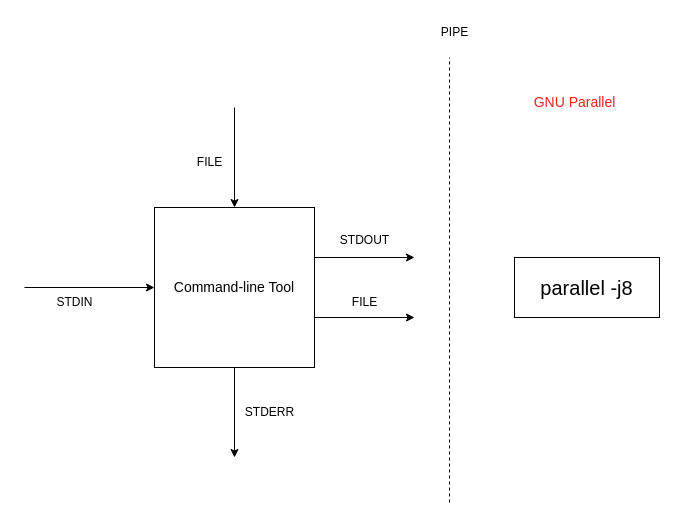
Above: cli-tools.drawio in webdavis/Mortimer (draw.io), before the change. Source tidied: cells renumbered, new cells numbered last; positions are measured from the earlier drawing's top-left corner, leaving out a move shared by most shapes. Both pictures are drawn from the tidied source at 100%, with x=0, y=0 at pixel (24, 17).
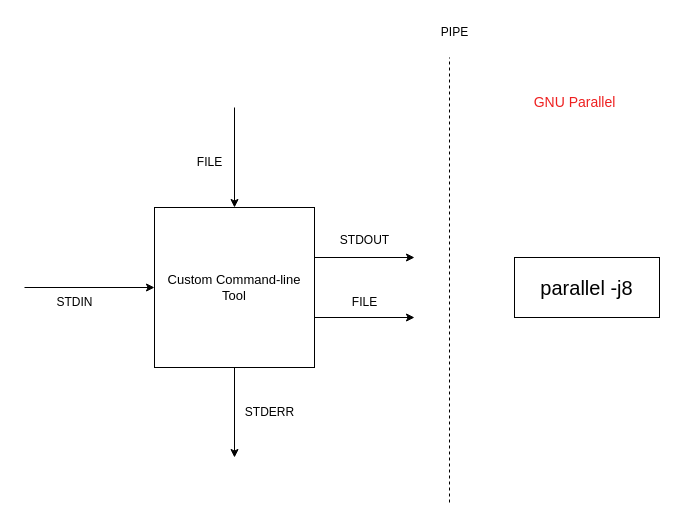
The same diagram, later.

Commit message:
Enhance readability and intuitiveness of command-line tool text

The edit, as a diff of the source:
```diff
@@
-    <mxCell id="3" value="&lt;font style=&quot;font-size: 14px;&quot;&gt;Command-line Tool&lt;/font&gt;" style="whiteSpace=wrap;html=1;" parent="1" vertex="1">
+    <mxCell id="3" value="&lt;font style=&quot;font-size: 13px;&quot;&gt;Custom Command-line Tool&lt;/font&gt;" style="whiteSpace=wrap;html=1;" parent="1" vertex="1">
       <mxGeometry x="130" y="190" width="160" height="160" as="geometry" />
     </mxCell>
```
